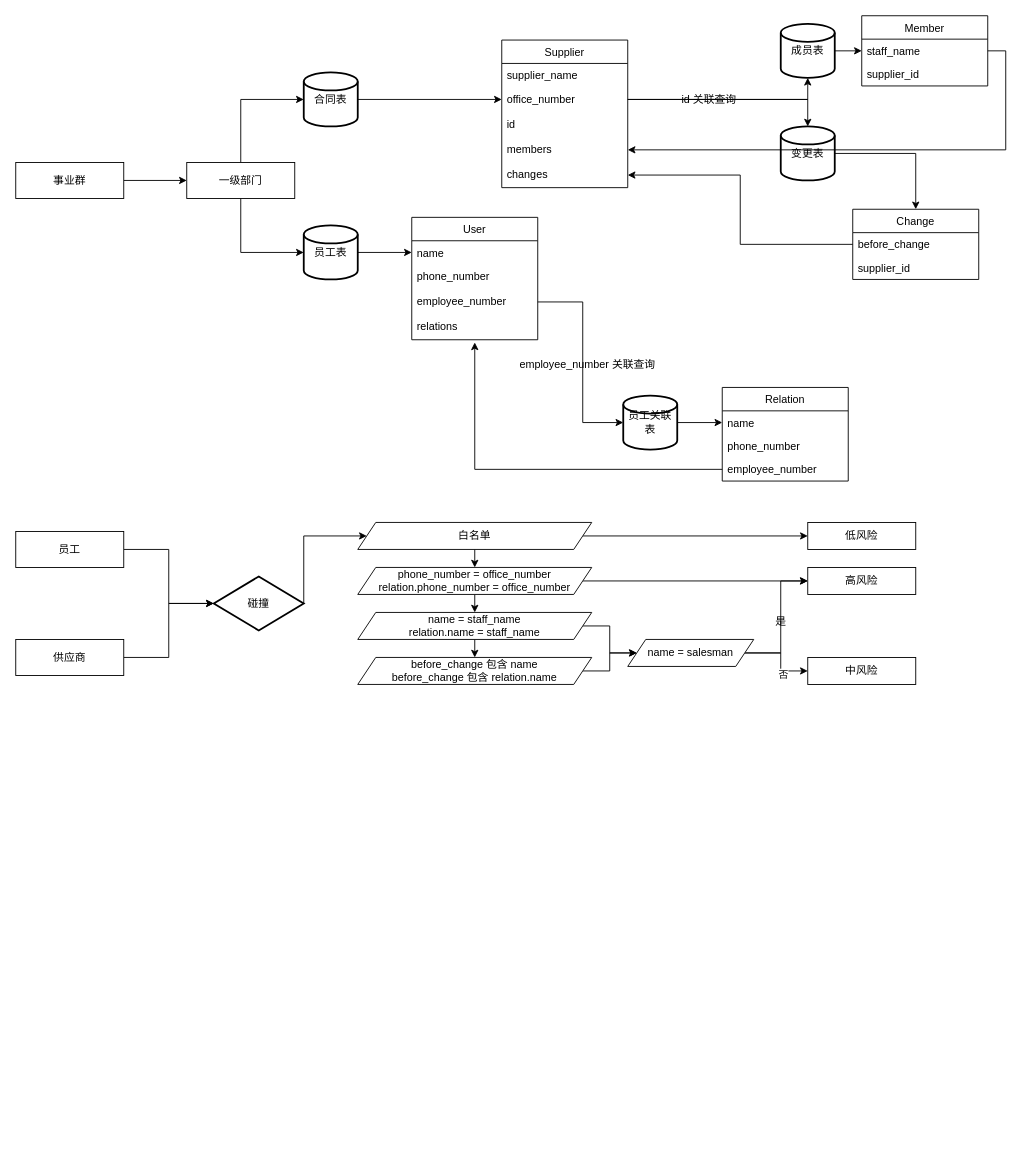
Above: 未命名绘图.drawio in leefinder/blogs (draw.io), before the change. Source tidied: cells renumbered, new cells numbered last; positions are measured from the earlier drawing's top-left corner, leaving out a move shared by most shapes. Both pictures are drawn from the tidied source at 90%, with x=0, y=0 at pixel (15, 15).
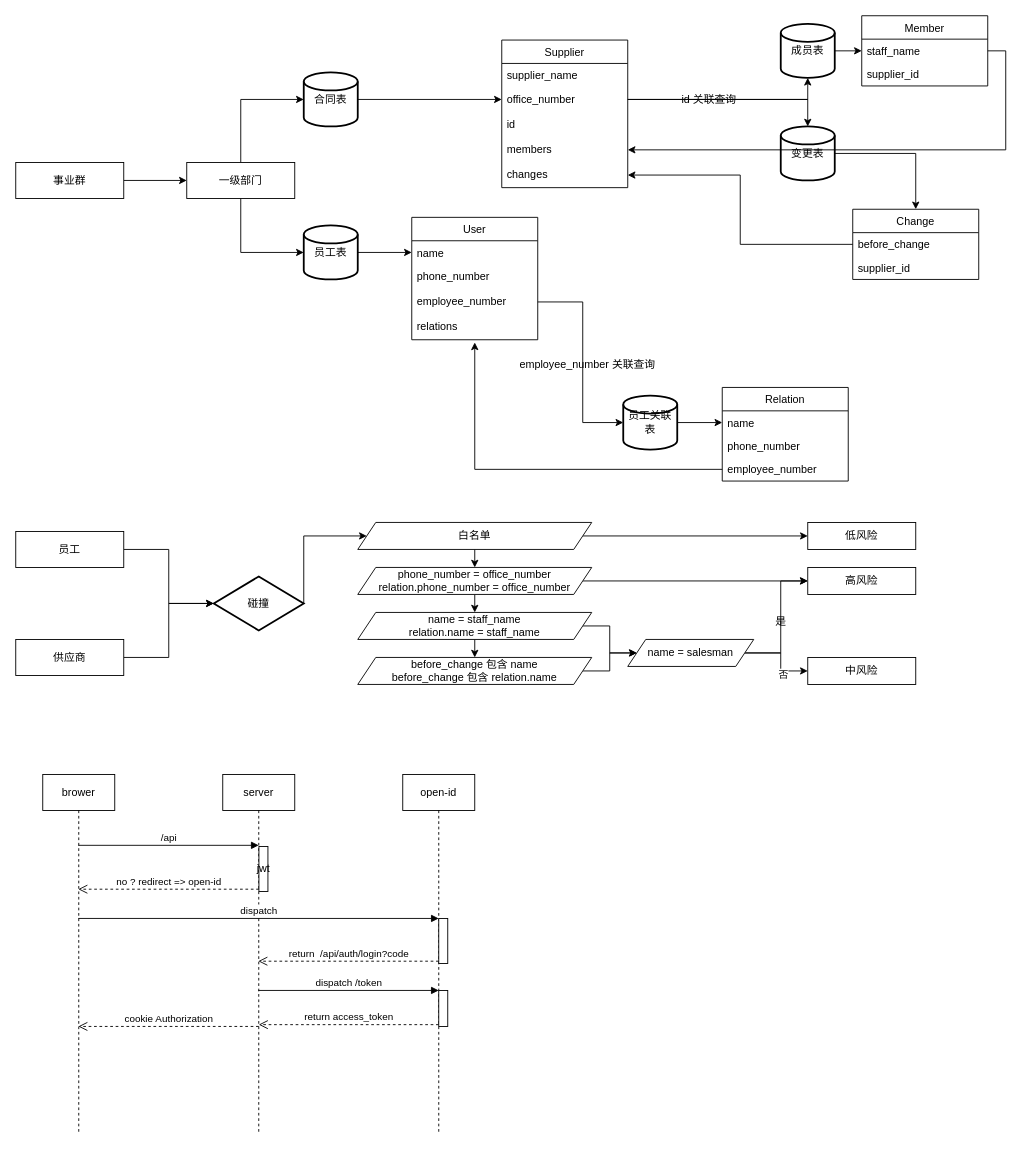
Above is the later version.

Commit message (it also covers changes not shown here):
更新未命名绘图.drawio

What changed in the source:
```diff
@@
+    <mxCell id="71" value="brower" style="shape=umlLifeline;perimeter=lifelinePerimeter;whiteSpace=wrap;html=1;outlineConnect=0;" parent="1" vertex="1">
+      <mxGeometry x="30" y="843" width="80" height="400" as="geometry" />
+    </mxCell>
+    <mxCell id="72" value="server" style="shape=umlLifeline;perimeter=lifelinePerimeter;whiteSpace=wrap;html=1;outlineConnect=0;" parent="1" vertex="1">
+      <mxGeometry x="230" y="843" width="80" height="400" as="geometry" />
+    </mxCell>
+    <mxCell id="73" value="jwt" style="html=1;points=[];perimeter=orthogonalPerimeter;" parent="72" vertex="1">
+      <mxGeometry x="40.2" y="80" width="10" height="50" as="geometry" />
+    </mxCell>
+    <mxCell id="74" value="/api" style="html=1;verticalAlign=bottom;endArrow=block;rounded=0;entryX=-0.025;entryY=-0.025;entryDx=0;entryDy=0;entryPerimeter=0;" parent="1" edge="1" source="71" target="73">
+      <mxGeometry relative="1" as="geometry" />
+    </mxCell>
+    <mxCell id="75" value="no ? redirect =&amp;gt; open-id" style="html=1;verticalAlign=bottom;endArrow=open;dashed=1;endSize=8;exitX=0;exitY=0.95;rounded=0;" parent="1" edge="1" source="73" target="71">
+      <mxGeometry relative="1" as="geometry" />
+    </mxCell>
+    <mxCell id="76" value="open-id" style="shape=umlLifeline;perimeter=lifelinePerimeter;whiteSpace=wrap;html=1;" parent="1" vertex="1">
+      <mxGeometry x="430" y="843" width="80" height="400" as="geometry" />
+    </mxCell>
+    <mxCell id="77" style="html=1;points=[];perimeter=orthogonalPerimeter;" parent="76" vertex="1">
+      <mxGeometry x="40" y="160" width="10" height="50" as="geometry" />
+    </mxCell>
+    <mxCell id="78" style="html=1;points=[];perimeter=orthogonalPerimeter;" parent="76" vertex="1">
+      <mxGeometry x="40" y="240" width="10" height="40" as="geometry" />
+    </mxCell>
+    <mxCell id="79" value="dispatch" style="html=1;verticalAlign=bottom;endArrow=block;entryX=0;entryY=0;rounded=0;" parent="1" edge="1" source="71" target="77">
+      <mxGeometry relative="1" as="geometry" />
+    </mxCell>
+    <mxCell id="80" value="return&amp;nbsp; /api/auth/login?code" style="html=1;verticalAlign=bottom;endArrow=open;dashed=1;endSize=8;exitX=0;exitY=0.95;rounded=0;" parent="1" edge="1" source="77" target="72">
+      <mxGeometry relative="1" as="geometry" />
+    </mxCell>
+    <mxCell id="81" value="dispatch /token" style="html=1;verticalAlign=bottom;endArrow=block;entryX=0;entryY=0;rounded=0;" parent="1" edge="1" target="78">
+      <mxGeometry relative="1" as="geometry">
+        <mxPoint x="269.5" y="1083" as="sourcePoint" />
+      </mxGeometry>
+    </mxCell>
+    <mxCell id="82" value="return access_token" style="html=1;verticalAlign=bottom;endArrow=open;dashed=1;endSize=8;exitX=0;exitY=0.95;rounded=0;" parent="1" edge="1" source="78">
+      <mxGeometry relative="1" as="geometry">
+        <mxPoint x="270" y="1121" as="targetPoint" />
+      </mxGeometry>
+    </mxCell>
+    <mxCell id="83" value="cookie Authorization" style="html=1;verticalAlign=bottom;endArrow=open;dashed=1;endSize=8;rounded=0;" parent="1" edge="1" target="71">
+      <mxGeometry relative="1" as="geometry">
+        <mxPoint x="270" y="1123" as="sourcePoint" />
+      </mxGeometry>
+    </mxCell>
```
